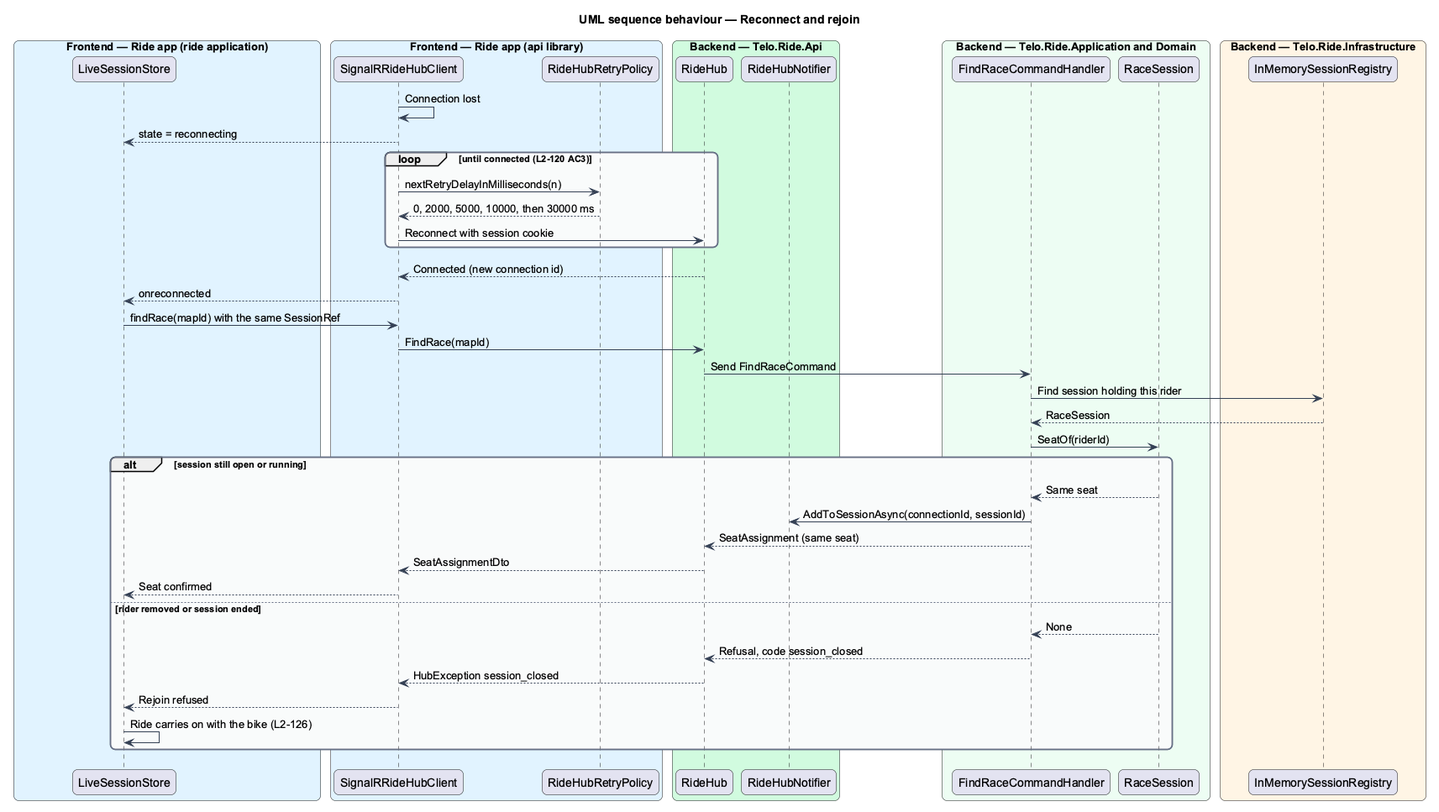
Before: docs/detailed-designs/multiplayer/connect-to-the-ride-hub/diagrams/sequence-reconnect-and-rejoin.png, a diagram exported from PlantUML (QuinntyneBrown/ride-one). Source of this version:
```plantuml
@startuml
title UML sequence behaviour — Reconnect and rejoin
skinparam backgroundColor #FFFFFF
skinparam shadowing false
skinparam roundcorner 12
skinparam defaultFontName Arial
skinparam ArrowColor #344054
skinparam rectangle {
  BorderColor #344054
  FontColor #101828
}
skinparam package {
  BorderColor #667085
  FontColor #101828
  BackgroundColor #F9FAFB
}
box "Frontend — Ride app (ride application)" #E0F2FE
  participant "LiveSessionStore" as store
end box
box "Frontend — Ride app (api library)" #E0F2FE
  participant "SignalRRideHubClient" as client
  participant "RideHubRetryPolicy" as retry
end box
box "Backend — Telo.Ride.Api" #D1FADF
  participant "RideHub" as hub
  participant "RideHubNotifier" as notifier
end box
box "Backend — Telo.Ride.Application and Domain" #ECFDF3
  participant "FindRaceCommandHandler" as handler
  participant "RaceSession" as session
end box
box "Backend — Telo.Ride.Infrastructure" #FFF4E5
  participant "InMemorySessionRegistry" as registry
end box
client -> client : Connection lost
client --> store : state = reconnecting
loop until connected (L2-120 AC3)
  client -> retry : nextRetryDelayInMilliseconds(n)
  retry --> client : 0, 2000, 5000, 10000, then 30000 ms
  client -> hub : Reconnect with session cookie
end
hub --> client : Connected (new connection id)
client --> store : onreconnected
store -> client : findRace(mapId) with the same SessionRef
client -> hub : FindRace(mapId)
hub -> handler : Send FindRaceCommand
handler -> registry : Find session holding this rider
registry --> handler : RaceSession
handler -> session : SeatOf(riderId)
alt session still open or running
  session --> handler : Same seat
  handler -> notifier : AddToSessionAsync(connectionId, sessionId)
  handler --> hub : SeatAssignment (same seat)
  hub --> client : SeatAssignmentDto
  client --> store : Seat confirmed
else rider removed or session ended
  session --> handler : None
  handler --> hub : Refusal, code session_closed
  hub --> client : HubException session_closed
  client --> store : Rejoin refused
  store -> store : Ride carries on with the bike (L2-126)
end
@enduml
```
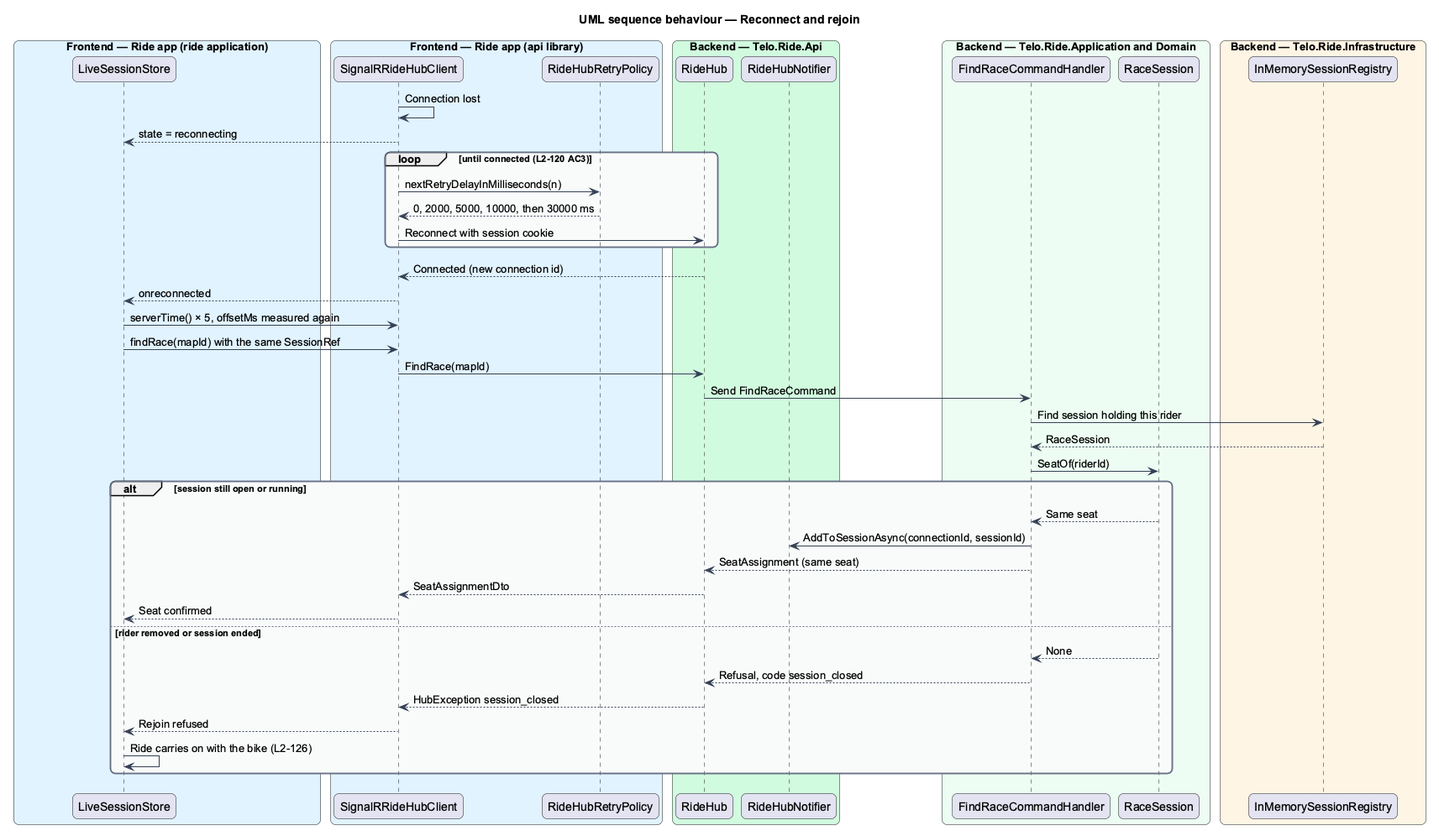
Above is the later version.

Commit message:
Answer the ride hub's ServerTime for the clock offset (slice 14.1)

Change to the diagram source:
```diff
@@ -41,6 +41,7 @@
 end
 hub --> client : Connected (new connection id)
 client --> store : onreconnected
+store -> client : serverTime() × 5, offsetMs measured again
 store -> client : findRace(mapId) with the same SessionRef
 client -> hub : FindRace(mapId)
 hub -> handler : Send FindRaceCommand
```
